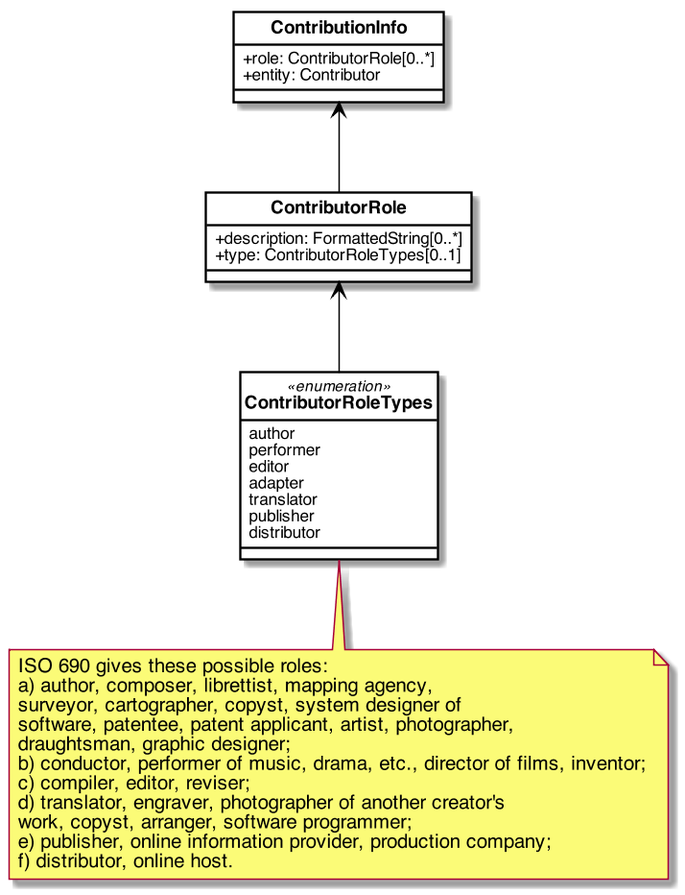
This is images/RelBib_Contribution.png from relaton/relaton-models, a PlantUML export, as it was before one commit.
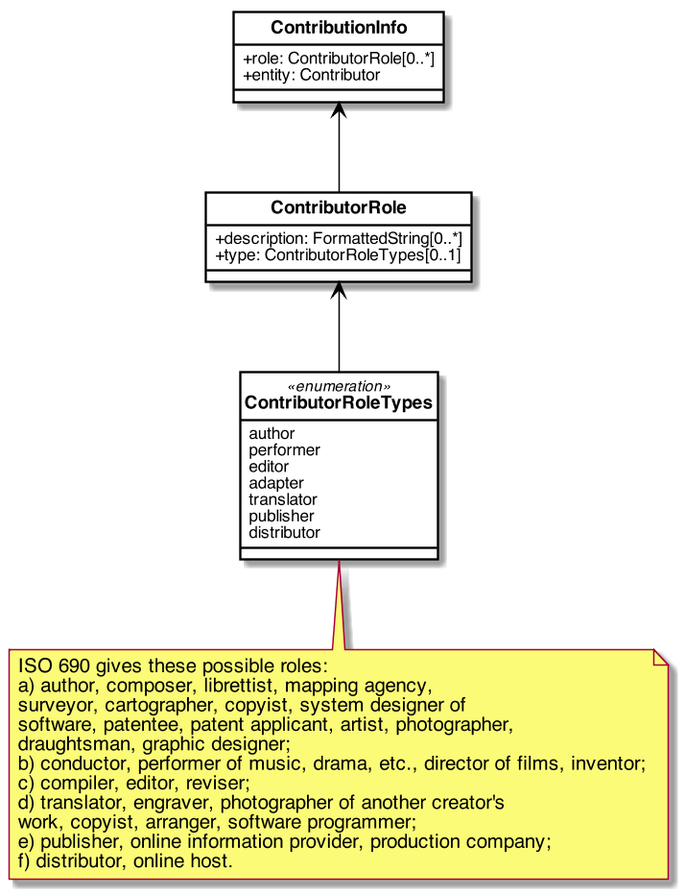
After the change.

Change to the diagram source:
```diff
@@ -62,7 +62,7 @@
     distributor
 }
 
-note bottom of ContributorRoleTypes: ISO 690 gives these possible roles:\na) author, composer, librettist, mapping agency,\nsurveyor, cartographer, copyst, system designer of\nsoftware, patentee, patent applicant, artist, photographer,\ndraughtsman, graphic designer;\nb) conductor, performer of music, drama, etc., director of films, inventor;\nc) compiler, editor, reviser;\nd) translator, engraver, photographer of another creator's\nwork, copyst, arranger, software programmer;\ne) publisher, online information provider, production company;\nf) distributor, online host.
+note bottom of ContributorRoleTypes: ISO 690 gives these possible roles:\na) author, composer, librettist, mapping agency,\nsurveyor, cartographer, copyist, system designer of\nsoftware, patentee, patent applicant, artist, photographer,\ndraughtsman, graphic designer;\nb) conductor, performer of music, drama, etc., director of films, inventor;\nc) compiler, editor, reviser;\nd) translator, engraver, photographer of another creator's\nwork, copyist, arranger, software programmer;\ne) publisher, online information provider, production company;\nf) distributor, online host.
 
 ContributionInfo <-- ContributorRole
 ContributorRole <-- ContributorRoleTypes
```
